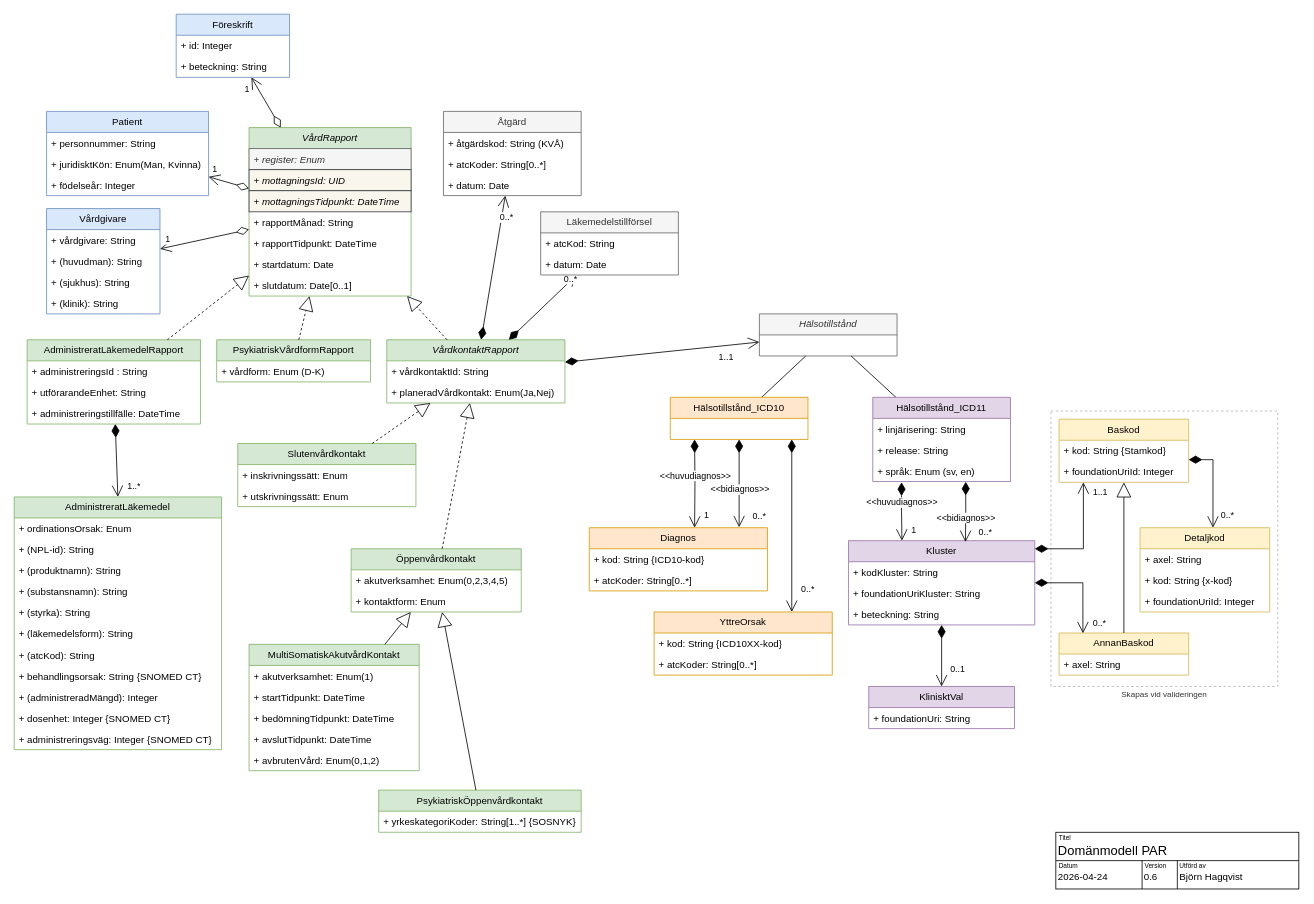
The draw.io diagram page "Liggande 0.6" (6 of 14) of Klassmodell ICD11.drawio in bhagqvist-consid/ICD11, before the edit. Source tidied: cells renumbered, new cells numbered last; positions are measured from the earlier drawing's top-left corner, leaving out a move shared by most shapes. Both pictures are drawn from the tidied source at 81%, with x=0, y=0 at pixel (14, 14).
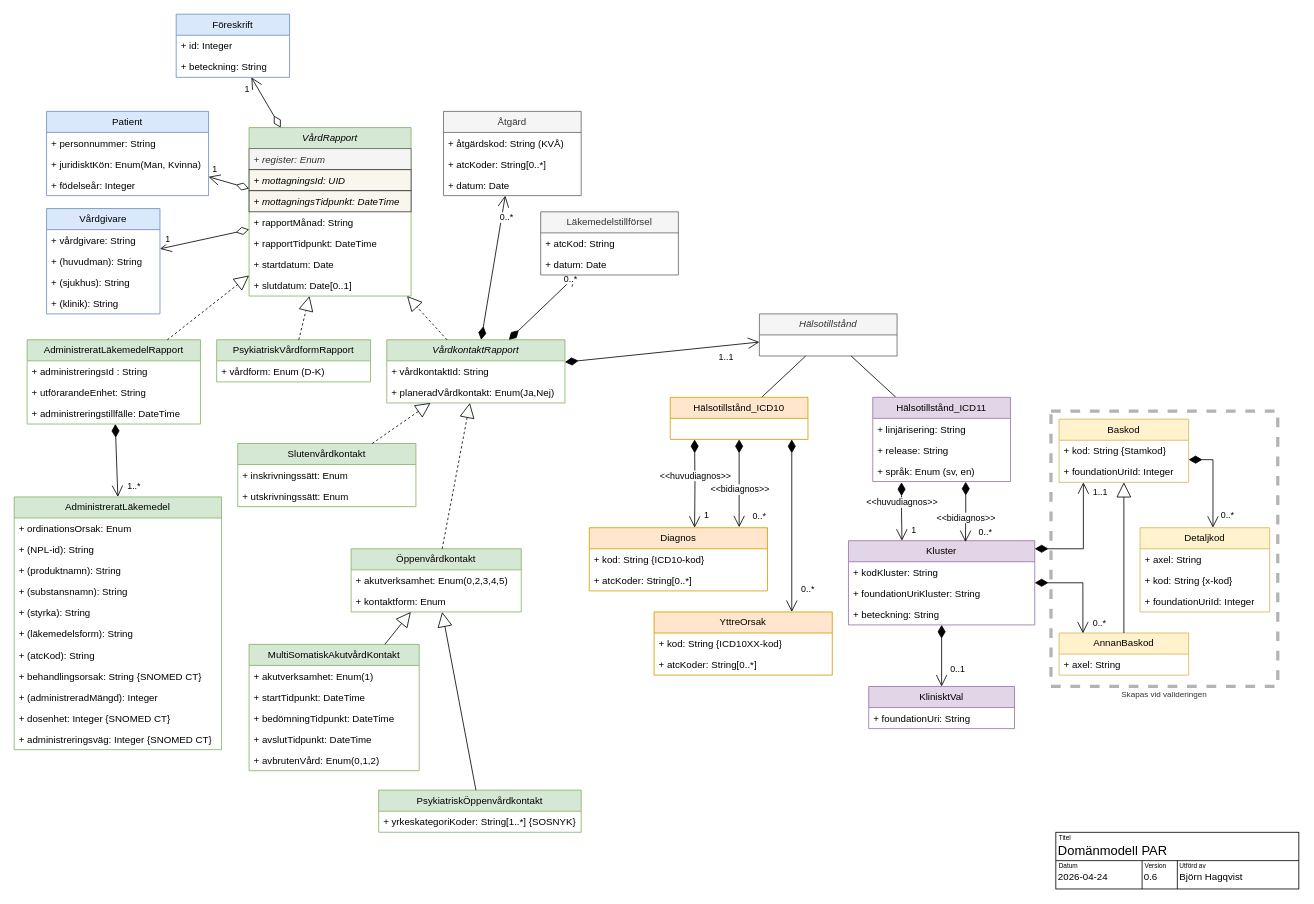
Above is the later version.

Change to the diagram source:
```diff
@@
-    <mxCell id="2" style="rounded=0;whiteSpace=wrap;html=1;fillColor=none;strokeColor=#B3B3B3;glass=0;dashed=1;" parent="1" vertex="1">
+    <mxCell id="2" style="rounded=0;whiteSpace=wrap;html=1;fillColor=none;strokeColor=#B3B3B3;glass=0;dashed=1;strokeWidth=4;" parent="1" vertex="1">
       <mxGeometry x="1280" y="490" width="280" height="340" as="geometry" />
     </mxCell>
```
